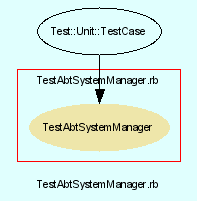
Earlier version of the Graphviz export src/trunk/doc/dot/f_15.png (eschabell/abtlinux). Its source is kept beside it as src/trunk/doc/dot/f_15.dot. The source it was exported from:
```dot
digraph TopLevel {
    compound = true
    bgcolor = lightcyan1
    fontname = Arial
    fontsize = 8
    label = "TestAbtSystemManager.rb"
    node [
        fontname = Arial,
        fontsize = 8,
        color = black
    ]

    subgraph cluster_16 {
        fontname = Arial
        color = red
        label = "TestAbtSystemManager.rb"
        TestAbtSystemManager [
            fontcolor = black,
            URL = "classes/TestAbtSystemManager.html",
            shape = ellipse,
            color = palegoldenrod,
            style = filled,
            label = "TestAbtSystemManager"
        ]

    }

    Test__Unit__TestCase [
        URL = "classes/Test/Unit/TestCase.html",
        label = "Test::Unit::TestCase"
    ]

    Test__Unit__TestCase -> TestAbtSystemManager [

    ]

}
```
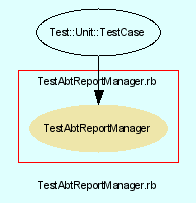
Later version of the same file.

Diff of the diagram source:
```diff
@@ -3,24 +3,24 @@
     bgcolor = lightcyan1
     fontname = Arial
     fontsize = 8
-    label = "TestAbtSystemManager.rb"
+    label = "TestAbtReportManager.rb"
     node [
         fontname = Arial,
         fontsize = 8,
         color = black
     ]
 
-    subgraph cluster_16 {
+    subgraph cluster_15 {
         fontname = Arial
         color = red
-        label = "TestAbtSystemManager.rb"
-        TestAbtSystemManager [
+        label = "TestAbtReportManager.rb"
+        TestAbtReportManager [
             fontcolor = black,
-            URL = "classes/TestAbtSystemManager.html",
+            URL = "classes/TestAbtReportManager.html",
             shape = ellipse,
             color = palegoldenrod,
             style = filled,
-            label = "TestAbtSystemManager"
+            label = "TestAbtReportManager"
         ]
 
     }
@@ -30,7 +30,7 @@
         label = "Test::Unit::TestCase"
     ]
 
-    Test__Unit__TestCase -> TestAbtSystemManager [
+    Test__Unit__TestCase -> TestAbtReportManager [
 
     ]
 
```
